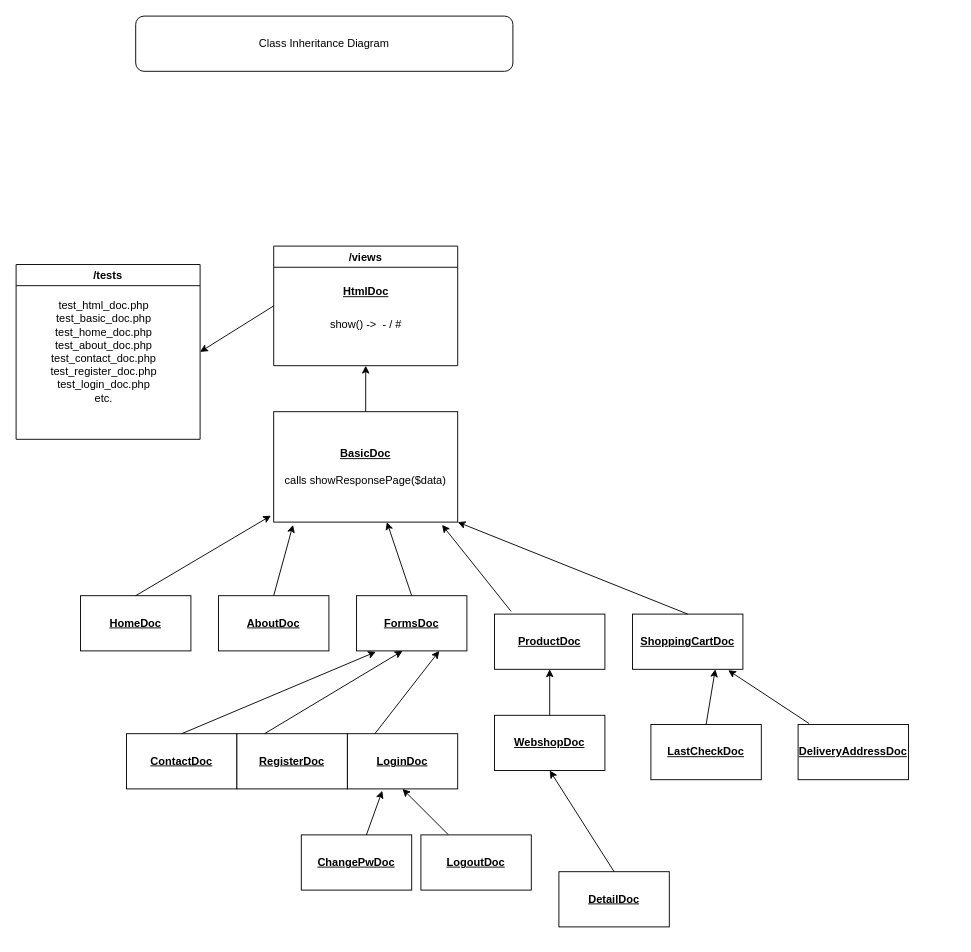
Before: Diagrams/class_inheritance_diagram.drawio in koenti91/educom-webshop-oop, a draw.io diagram. Source tidied: cells renumbered, new cells numbered last; positions are measured from the earlier drawing's top-left corner, leaving out a move shared by most shapes. Both pictures are drawn from the tidied source at 92%, with x=0, y=0 at pixel (16, 16).
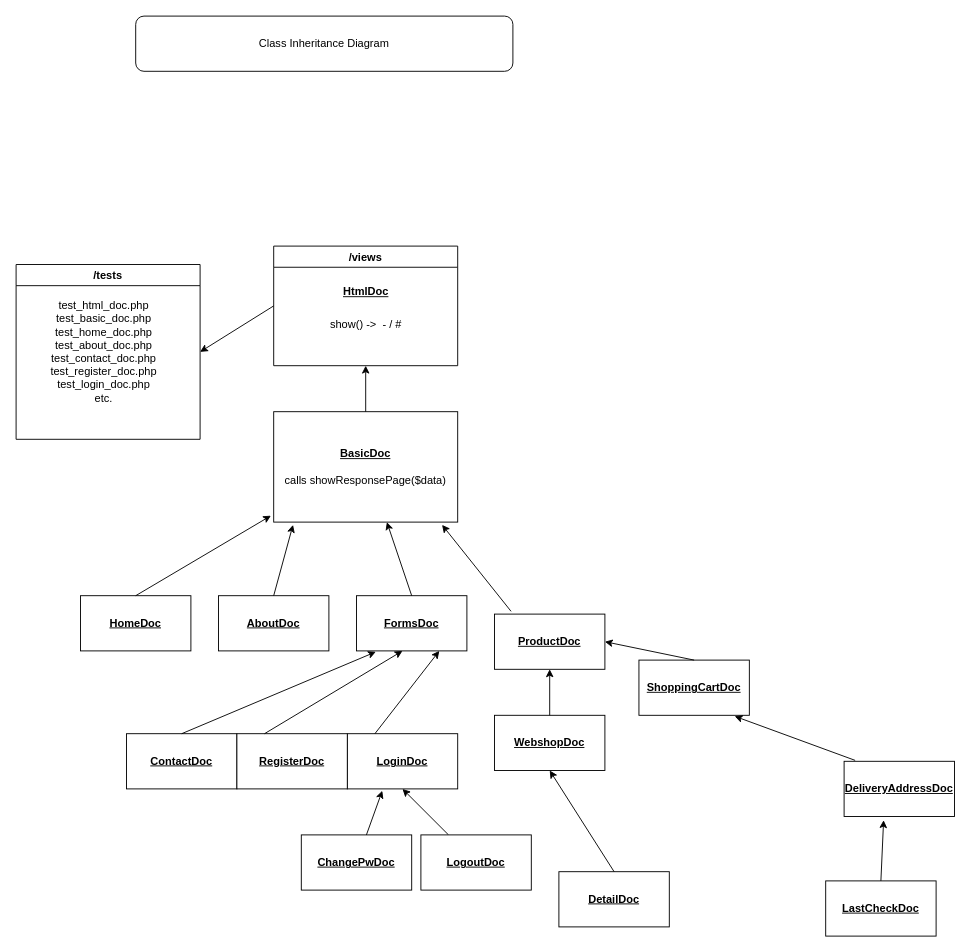
The same page after the edit.

Commit message (it also covers changes not shown here):
01-B: Opdracht 4.1. Instances, Encapsulation en Inheritance #3

The change refers to these unchanged cells:
```xml
<mxCell id="9" value="&lt;u style=&quot;font-weight: bold&quot;&gt;BasicDoc&lt;br&gt;&lt;/u&gt;&lt;br&gt;&lt;span&gt;calls showResponsePage($data)&lt;/span&gt;" style="rounded=0;whiteSpace=wrap;html=1;" parent="1" vertex="1">
  <mxGeometry x="280" y="430" width="200" height="120" as="geometry" />
</mxCell>
<mxCell id="16" value="&lt;b&gt;&lt;u&gt;ProductDoc&lt;/u&gt;&lt;/b&gt;" style="rounded=0;whiteSpace=wrap;html=1;" parent="1" vertex="1">
  <mxGeometry x="520" y="650" width="120" height="60" as="geometry" />
</mxCell>
```

Diff of the diagram source:
```diff
@@
     <mxCell id="29" value="&lt;b&gt;&lt;u&gt;ShoppingCartDoc&lt;/u&gt;&lt;/b&gt;" style="rounded=0;whiteSpace=wrap;html=1;" parent="1" vertex="1">
-      <mxGeometry x="670" y="650" width="120" height="60" as="geometry" />
+      <mxGeometry x="677" y="700" width="120" height="60" as="geometry" />
     </mxCell>
-    <mxCell id="30" style="endArrow=classic;html=1;entryX=1;entryY=1;entryDx=0;entryDy=0;exitX=0.5;exitY=0;exitDx=0;exitDy=0;" parent="1" edge="1" source="29" target="9">
+    <mxCell id="30" style="endArrow=classic;html=1;entryX=1;entryY=0.5;entryDx=0;entryDy=0;exitX=0.5;exitY=0;exitDx=0;exitDy=0;" parent="1" edge="1" source="29" target="16">
       <mxGeometry relative="1" as="geometry" />
     </mxCell>
@@
     <mxCell id="35" value="&lt;b&gt;&lt;u&gt;LastCheckDoc&lt;/u&gt;&lt;/b&gt;" style="rounded=0;whiteSpace=wrap;html=1;" parent="1" vertex="1">
-      <mxGeometry x="690" y="770" width="120" height="60" as="geometry" />
+      <mxGeometry x="880" y="940" width="120" height="60" as="geometry" />
     </mxCell>
     <mxCell id="36" value="&lt;b&gt;&lt;u&gt;DeliveryAddressDoc&lt;/u&gt;&lt;/b&gt;" style="rounded=0;whiteSpace=wrap;html=1;" parent="1" vertex="1">
-      <mxGeometry x="850" y="770" width="120" height="60" as="geometry" />
+      <mxGeometry x="900" y="810" width="120" height="60" as="geometry" />
     </mxCell>
-    <mxCell id="37" style="endArrow=classic;html=1;exitX=0.5;exitY=0;exitDx=0;exitDy=0;entryX=0.75;entryY=1;entryDx=0;entryDy=0;" parent="1" edge="1" source="35" target="29">
+    <mxCell id="37" style="endArrow=classic;html=1;exitX=0.5;exitY=0;exitDx=0;exitDy=0;entryX=0.358;entryY=1.067;entryDx=0;entryDy=0;entryPerimeter=0;" parent="1" edge="1" source="35" target="36">
       <mxGeometry relative="1" as="geometry" />
     </mxCell>
```
